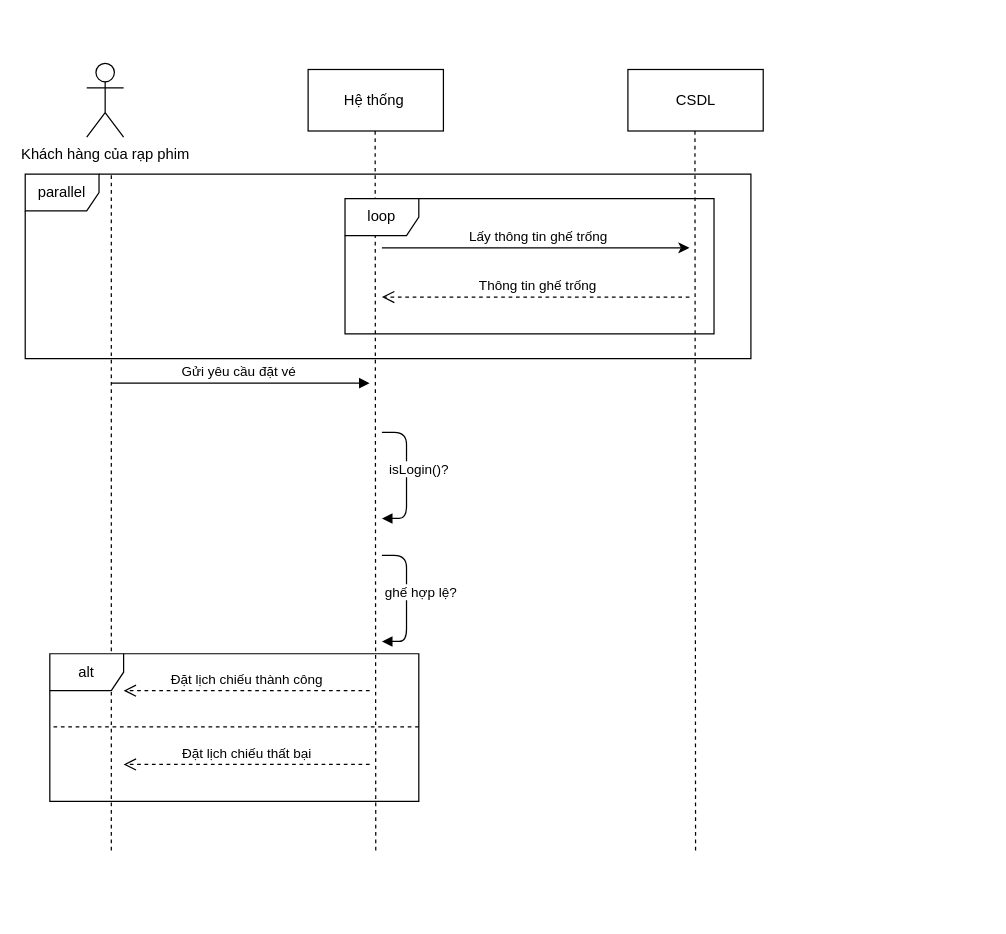
Above: Report/SequenceDiagram/Đặt vé.drawio in baolongnguyenmac/CinemaManagementSystem (draw.io), before the change. Source tidied: cells renumbered, new cells numbered last; positions are measured from the earlier drawing's top-left corner, leaving out a move shared by most shapes. Both pictures are drawn from the tidied source at 123%, with x=0, y=0 at pixel (25, 63).
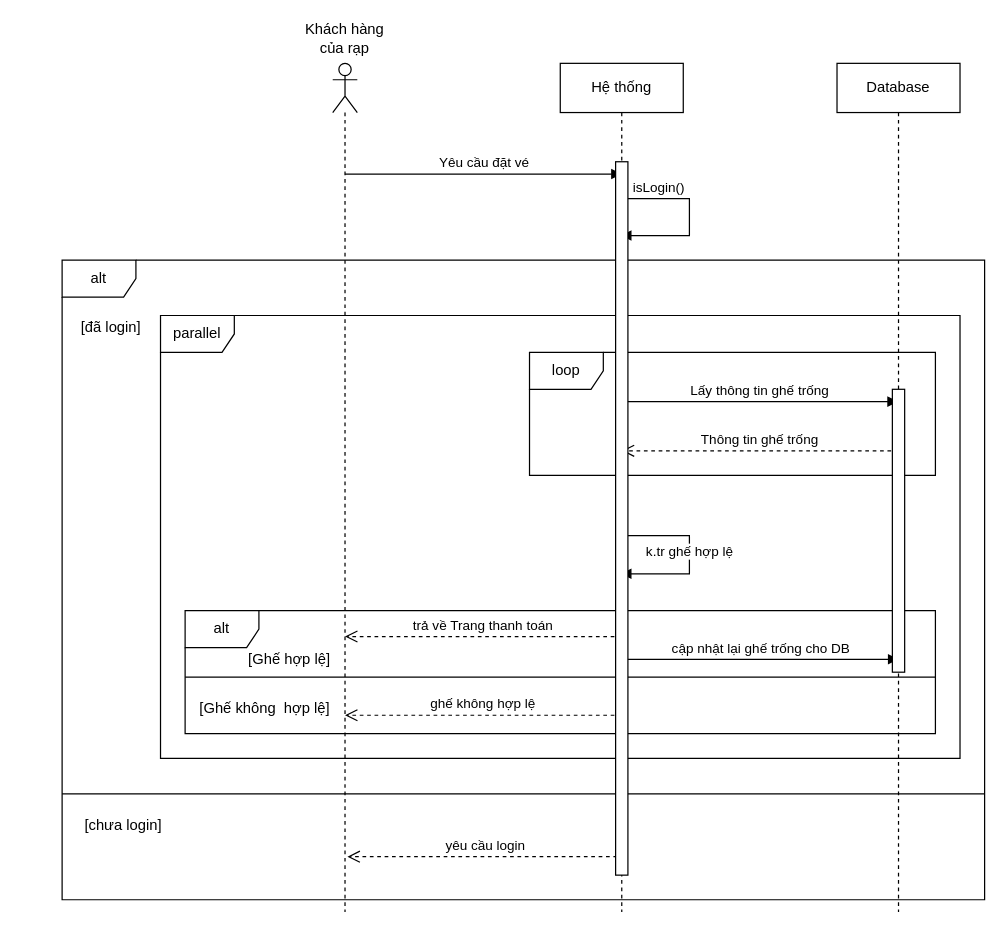
The same diagram, later.

Commit message (it also covers changes not shown here):
need a review for book ticket

What changed in the source:
```diff
@@
-    <mxCell id="2" value="Khách hàng của rạp phim" style="shape=umlActor;verticalLabelPosition=bottom;verticalAlign=top;html=1;" parent="1" vertex="1">
-      <mxGeometry x="50" width="30" height="60" as="geometry" />
-    </mxCell>
+    <mxCell id="20" style="shape=umlLifeline;participant=umlActor;perimeter=lifelinePerimeter;whiteSpace=wrap;html=1;verticalAlign=top;spacingTop=36;" parent="1" vertex="1">
+      <mxGeometry x="250" width="20" height="690" as="geometry" />
+    </mxCell>
-    <mxCell id="3" value="Hệ thống&amp;nbsp;" style="html=1;" parent="1" vertex="1">
-      <mxGeometry x="230" y="5" width="110" height="50" as="geometry" />
+    <mxCell id="3" value="Hệ thống" style="shape=umlLifeline;perimeter=lifelinePerimeter;whiteSpace=wrap;html=1;" parent="1" vertex="1">
+      <mxGeometry x="435" width="100" height="690" as="geometry" />
     </mxCell>
-    <mxCell id="4" value="&amp;nbsp;CSDL&amp;nbsp;" style="html=1;" parent="1" vertex="1">
-      <mxGeometry x="490" y="5" width="110" height="50" as="geometry" />
-    </mxCell>
-    <mxCell id="5" style="endArrow=none;dashed=1;html=1;" parent="1" edge="1">
-      <mxGeometry relative="1" as="geometry">
-        <mxPoint x="70" y="640" as="sourcePoint" />
-        <mxPoint x="70" y="90" as="targetPoint" />
-      </mxGeometry>
-    </mxCell>
-    <mxCell id="6" style="endArrow=none;dashed=1;html=1;" parent="1" edge="1">
-      <mxGeometry relative="1" as="geometry">
-        <mxPoint x="285" y="640" as="sourcePoint" />
-        <mxPoint x="284.5" y="55" as="targetPoint" />
-      </mxGeometry>
-    </mxCell>
-    <mxCell id="7" style="endArrow=none;dashed=1;html=1;" parent="1" edge="1">
-      <mxGeometry relative="1" as="geometry">
-        <mxPoint x="545" y="640" as="sourcePoint" />
-        <mxPoint x="544.5" y="55" as="targetPoint" />
-      </mxGeometry>
-    </mxCell>
-    <mxCell id="8" style="endArrow=classic;html=1;" parent="1" edge="1">
-      <mxGeometry relative="1" as="geometry">
-        <mxPoint x="290" y="150" as="sourcePoint" />
-        <mxPoint x="540" y="150" as="targetPoint" />
-      </mxGeometry>
-    </mxCell>
+    <mxCell id="21" value="Database" style="shape=umlLifeline;perimeter=lifelinePerimeter;whiteSpace=wrap;html=1;" parent="1" vertex="1">
+      <mxGeometry x="660" width="100" height="690" as="geometry" />
+    </mxCell>
+    <mxCell id="15" value="parallel" style="shape=umlFrame;whiteSpace=wrap;html=1;" parent="1" vertex="1">
+      <mxGeometry x="110" y="205" width="650" height="360" as="geometry" />
+    </mxCell>
-    <mxCell id="9" value="Lấy thông tin ghế trống" style="edgeLabel;html=1;align=center;verticalAlign=middle;" parent="8" vertex="1">
-      <mxGeometry x="-0.14" y="-2" relative="1" as="geometry">
-        <mxPoint x="18" y="-12" as="offset" />
+    <mxCell id="9" value="Lấy thông tin ghế trống" style="html=1;verticalAlign=bottom;endArrow=block;" parent="1" edge="1">
+      <mxGeometry relative="1" as="geometry">
+        <mxPoint x="485" y="275" as="sourcePoint" />
+        <mxPoint x="709.5" y="275" as="targetPoint" />
       </mxGeometry>
     </mxCell>
+    <mxCell id="22" value="Khách hàng của rạp" style="text;html=1;strokeColor=none;fillColor=none;align=center;verticalAlign=middle;whiteSpace=wrap;rounded=0;" parent="1" vertex="1">
+      <mxGeometry x="220" y="-30" width="80" height="20" as="geometry" />
+    </mxCell>
-    <mxCell id="10" value="&amp;nbsp;Thông tin ghế trống" style="html=1;verticalAlign=bottom;endArrow=open;dashed=1;endSize=8;" parent="1" edge="1">
+    <mxCell id="10" value="Thông tin ghế trống" style="html=1;verticalAlign=bottom;endArrow=open;dashed=1;endSize=8;" parent="1" edge="1">
       <mxGeometry relative="1" as="geometry">
-        <mxPoint x="540" y="190" as="sourcePoint" />
-        <mxPoint x="290" y="190" as="targetPoint" />
+        <mxPoint x="710" y="315" as="sourcePoint" />
+        <mxPoint x="485" y="315" as="targetPoint" />
       </mxGeometry>
     </mxCell>
     <mxCell id="11" value="loop" style="shape=umlFrame;whiteSpace=wrap;html=1;" parent="1" vertex="1">
-      <mxGeometry x="260" y="110" width="300" height="110" as="geometry" />
+      <mxGeometry x="410" y="235" width="330" height="100" as="geometry" />
     </mxCell>
-    <mxCell id="12" value="Gửi yêu cầu đặt vé&amp;nbsp;" style="html=1;verticalAlign=bottom;endArrow=block;" parent="1" edge="1">
-      <mxGeometry relative="1" as="geometry">
-        <mxPoint x="70" y="260" as="sourcePoint" />
-        <mxPoint x="280" y="260" as="targetPoint" />
-      </mxGeometry>
-    </mxCell>
-    <mxCell id="13" value="isLogin()?" style="html=1;verticalAlign=bottom;endArrow=block;" parent="1" edge="1">
-      <mxGeometry x="0.07" y="10" relative="1" as="geometry">
-        <mxPoint x="290" y="300" as="sourcePoint" />
-        <mxPoint x="290" y="370" as="targetPoint" />
-        <Array as="points">
-          <mxPoint x="310" y="300" />
-          <mxPoint x="310" y="370" />
-        </Array>
-      </mxGeometry>
-    </mxCell>
-    <mxCell id="14" value="&amp;nbsp;ghế hợp lệ?" style="html=1;verticalAlign=bottom;endArrow=block;" parent="1" edge="1">
-      <mxGeometry x="0.07" y="10" relative="1" as="geometry">
-        <mxPoint x="290" y="400" as="sourcePoint" />
-        <mxPoint x="290" y="470" as="targetPoint" />
-        <Array as="points">
-          <mxPoint x="310" y="400" />
-          <mxPoint x="310" y="470" />
-        </Array>
-      </mxGeometry>
-    </mxCell>
-    <mxCell id="15" value="parallel" style="shape=umlFrame;whiteSpace=wrap;html=1;" parent="1" vertex="1">
-      <mxGeometry y="90" width="590" height="150" as="geometry" />
-    </mxCell>
-    <mxCell id="16" value="Đặt lịch chiếu thành công" style="html=1;verticalAlign=bottom;endArrow=open;dashed=1;endSize=8;" parent="1" edge="1">
-      <mxGeometry relative="1" as="geometry">
-        <mxPoint x="280" y="510" as="sourcePoint" />
-        <mxPoint x="80" y="510" as="targetPoint" />
-      </mxGeometry>
-    </mxCell>
-    <mxCell id="17" value="Đặt lịch chiếu thất bại" style="html=1;verticalAlign=bottom;endArrow=open;dashed=1;endSize=8;" parent="1" edge="1">
-      <mxGeometry relative="1" as="geometry">
-        <mxPoint x="280" y="570" as="sourcePoint" />
-        <mxPoint x="80" y="570" as="targetPoint" />
-      </mxGeometry>
-    </mxCell>
-    <mxCell id="18" value="alt" style="shape=umlFrame;whiteSpace=wrap;html=1;" parent="1" vertex="1">
-      <mxGeometry x="20" y="480" width="300" height="120" as="geometry" />
-    </mxCell>
-    <mxCell id="19" style="endArrow=none;dashed=1;html=1;" parent="1" edge="1">
-      <mxGeometry relative="1" as="geometry">
-        <mxPoint x="320" y="539.5" as="sourcePoint" />
-        <mxPoint x="20" y="539.5" as="targetPoint" />
-      </mxGeometry>
-    </mxCell>
+    <mxCell id="23" value="Yêu cầu đặt vé" style="html=1;verticalAlign=bottom;endArrow=block;" parent="1" edge="1">
+      <mxGeometry relative="1" as="geometry">
+        <mxPoint x="260" y="90" as="sourcePoint" />
+        <mxPoint x="485" y="90" as="targetPoint" />
+      </mxGeometry>
+    </mxCell>
+    <mxCell id="24" value="isLogin()" style="html=1;verticalAlign=bottom;endArrow=block;rounded=0;" parent="1" edge="1">
+      <mxGeometry x="-0.56" relative="1" as="geometry">
+        <mxPoint x="484.3" y="110" as="sourcePoint" />
+        <mxPoint x="484.3" y="140" as="targetPoint" />
+        <Array as="points">
+          <mxPoint x="510" y="110" />
+          <mxPoint x="540" y="110" />
+          <mxPoint x="540" y="120" />
+          <mxPoint x="540" y="140" />
+          <mxPoint x="500" y="140" />
+        </Array>
+      </mxGeometry>
+    </mxCell>
+    <mxCell id="25" value="alt" style="shape=umlFrame;whiteSpace=wrap;html=1;" parent="1" vertex="1">
+      <mxGeometry x="30" y="160" width="750" height="520" as="geometry" />
+    </mxCell>
+    <mxCell id="26" value="k.tr ghế hợp lệ" style="html=1;verticalAlign=bottom;endArrow=block;rounded=0;" parent="1" edge="1">
+      <mxGeometry x="0.08" relative="1" as="geometry">
+        <mxPoint x="484.5" y="384" as="sourcePoint" />
+        <mxPoint x="484.3" y="415" as="targetPoint" />
+        <Array as="points">
+          <mxPoint x="540" y="384" />
+          <mxPoint x="540" y="415" />
+        </Array>
+      </mxGeometry>
+    </mxCell>
+    <mxCell id="27" style="line;strokeWidth=1;fillColor=none;align=left;verticalAlign=middle;spacingTop=-1;spacingLeft=3;spacingRight=3;labelPosition=right;" parent="1" vertex="1">
+      <mxGeometry x="30" y="590" width="750" height="8" as="geometry" />
+    </mxCell>
+    <mxCell id="28" value="alt" style="shape=umlFrame;whiteSpace=wrap;html=1;" parent="1" vertex="1">
+      <mxGeometry x="130" y="445" width="610" height="100" as="geometry" />
+    </mxCell>
+    <mxCell id="29" value="trả về Trang thanh toán" style="html=1;verticalAlign=bottom;endArrow=open;dashed=1;endSize=8;" parent="1" edge="1">
+      <mxGeometry relative="1" as="geometry">
+        <mxPoint x="485" y="466" as="sourcePoint" />
+        <mxPoint x="260" y="466" as="targetPoint" />
+      </mxGeometry>
+    </mxCell>
+    <mxCell id="30" value="ghế không hợp lệ" style="html=1;verticalAlign=bottom;endArrow=open;dashed=1;endSize=8;" parent="1" edge="1">
+      <mxGeometry relative="1" as="geometry">
+        <mxPoint x="485" y="530" as="sourcePoint" />
+        <mxPoint x="260" y="530" as="targetPoint" />
+      </mxGeometry>
+    </mxCell>
+    <mxCell id="31" style="line;strokeWidth=1;fillColor=none;align=left;verticalAlign=middle;spacingTop=-1;spacingLeft=3;spacingRight=3;labelPosition=right;" parent="1" vertex="1">
+      <mxGeometry x="130" y="495" width="610" height="8" as="geometry" />
+    </mxCell>
+    <mxCell id="32" value="[Ghế hợp lệ]" style="text;html=1;strokeColor=none;fillColor=none;align=center;verticalAlign=middle;whiteSpace=wrap;rounded=0;" parent="1" vertex="1">
+      <mxGeometry x="180" y="475" width="70" height="20" as="geometry" />
+    </mxCell>
+    <mxCell id="33" value="[Ghế không&amp;nbsp; hợp lệ]" style="text;html=1;strokeColor=none;fillColor=none;align=center;verticalAlign=middle;whiteSpace=wrap;rounded=0;" parent="1" vertex="1">
+      <mxGeometry x="140" y="515" width="110" height="20" as="geometry" />
+    </mxCell>
+    <mxCell id="34" value="[đã login]" style="text;html=1;strokeColor=none;fillColor=none;align=center;verticalAlign=middle;whiteSpace=wrap;rounded=0;" parent="1" vertex="1">
+      <mxGeometry x="40" y="205" width="60" height="20" as="geometry" />
+    </mxCell>
+    <mxCell id="35" value="[chưa login]" style="text;html=1;strokeColor=none;fillColor=none;align=center;verticalAlign=middle;whiteSpace=wrap;rounded=0;" parent="1" vertex="1">
+      <mxGeometry x="40" y="610" width="80" height="20" as="geometry" />
+    </mxCell>
+    <mxCell id="36" value="yêu cầu login" style="html=1;verticalAlign=bottom;endArrow=open;dashed=1;endSize=8;" parent="1" edge="1">
+      <mxGeometry relative="1" as="geometry">
+        <mxPoint x="487.2" y="645" as="sourcePoint" />
+        <mxPoint x="262" y="645" as="targetPoint" />
+      </mxGeometry>
+    </mxCell>
+    <mxCell id="37" value="cập nhật lại ghế trống cho DB" style="html=1;verticalAlign=bottom;endArrow=block;" parent="1" edge="1">
+      <mxGeometry relative="1" as="geometry">
+        <mxPoint x="485" y="484.5" as="sourcePoint" />
+        <mxPoint x="710" y="484.5" as="targetPoint" />
+      </mxGeometry>
+    </mxCell>
+    <mxCell id="38" style="html=1;perimeter=orthogonalPerimeter;" parent="1" vertex="1">
+      <mxGeometry x="480" y="80" width="10" height="580" as="geometry" />
+    </mxCell>
+    <mxCell id="39" style="html=1;perimeter=orthogonalPerimeter;" parent="1" vertex="1">
+      <mxGeometry x="705" y="265" width="10" height="230" as="geometry" />
+    </mxCell>
```
